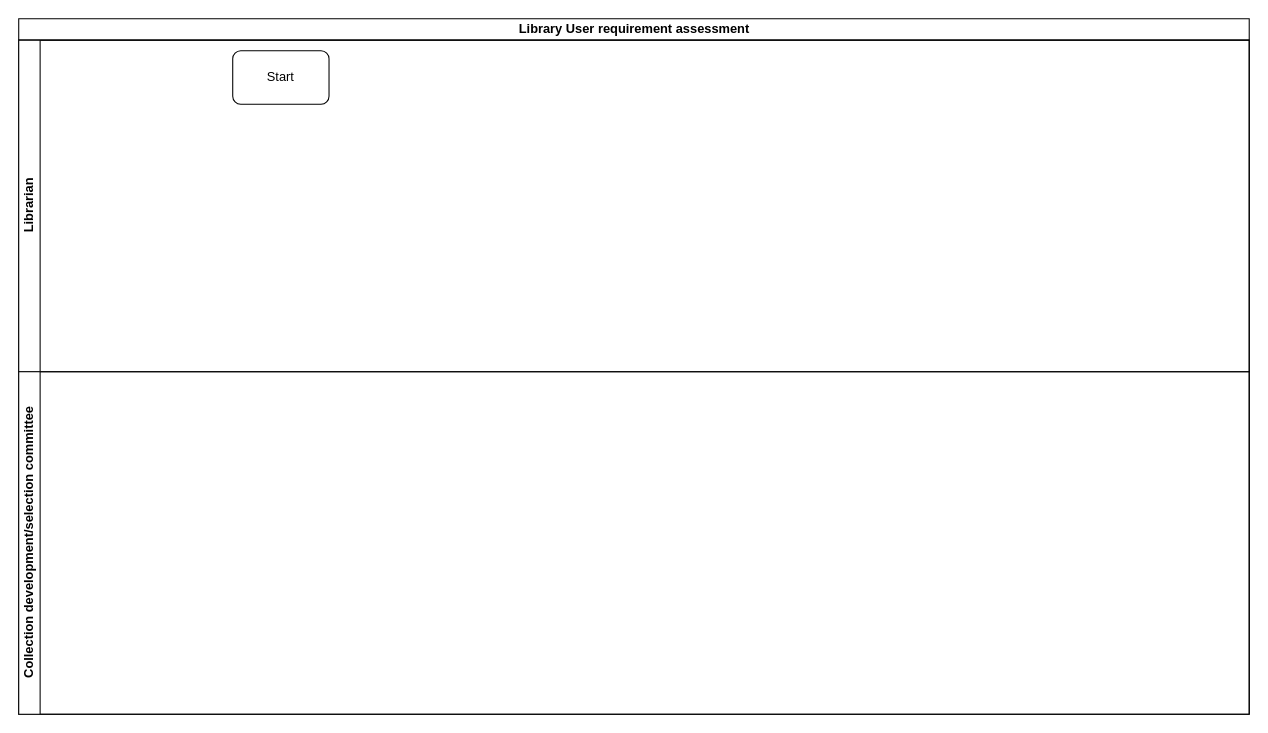
Above: Library - Library User requirement assessment.drawio in kmagua/flowcharts (draw.io), before the change. Source tidied: cells renumbered, new cells numbered last; positions are measured from the earlier drawing's top-left corner, leaving out a move shared by most shapes. Both pictures are drawn from the tidied source at 107%, with x=0, y=0 at pixel (18, 18).
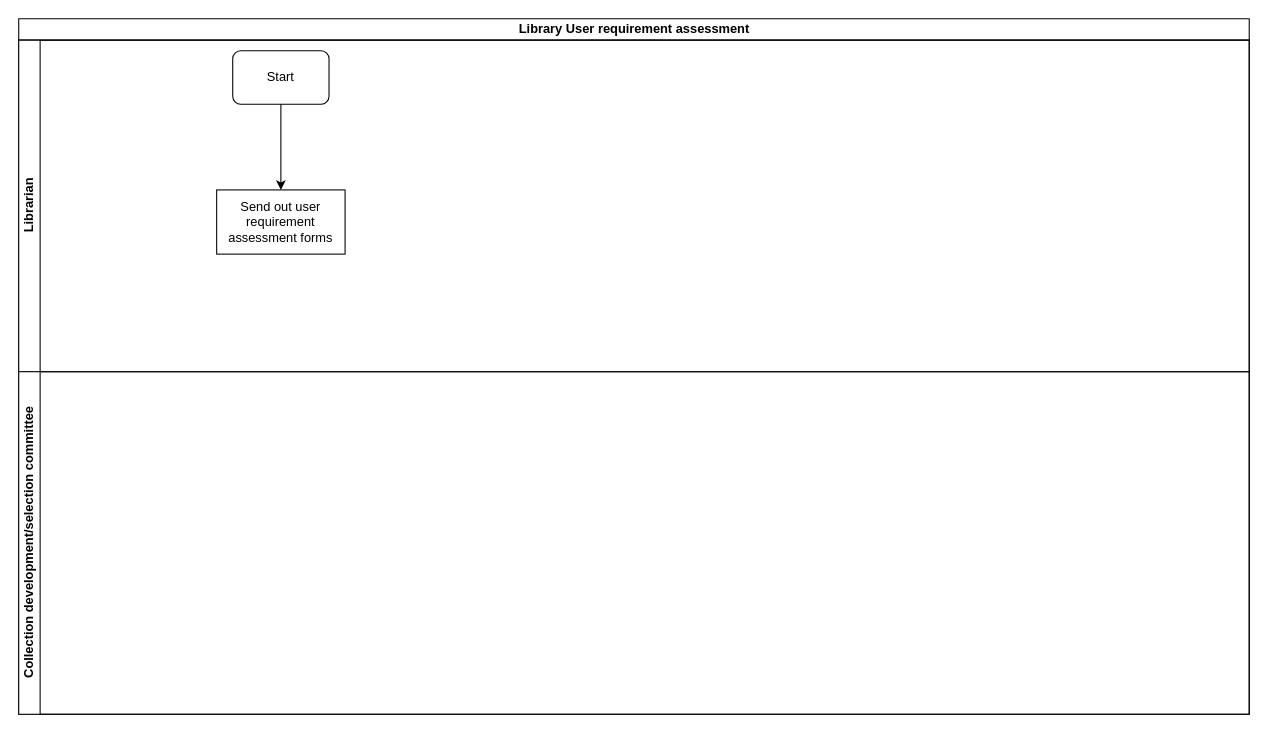
The same diagram, later.

What changed in the source:
```diff
@@
 <mxGraphModel>
   <root>
     <mxCell id="0" />
     <mxCell id="1" parent="0" />
     <mxCell id="2" value="Library User requirement assessment" style="swimlane;html=1;horizontal=1;startSize=20;" parent="1" vertex="1">
       <mxGeometry width="1150" height="650" as="geometry" />
     </mxCell>
     <mxCell id="3" value="Librarian" style="swimlane;html=1;startSize=20;horizontal=0;" parent="2" vertex="1">
       <mxGeometry y="20" width="1150" height="310" as="geometry" />
     </mxCell>
     <mxCell id="4" value="Start" style="rounded=1;whiteSpace=wrap;html=1;" parent="3" vertex="1">
       <mxGeometry x="200" y="10" width="90" height="50" as="geometry" />
     </mxCell>
+    <mxCell id="6" value="Send out user requirement assessment forms &lt;br&gt;" style="rounded=0;whiteSpace=wrap;html=1;" parent="3" vertex="1">
+      <mxGeometry x="185" y="140" width="120" height="60" as="geometry" />
+    </mxCell>
+    <mxCell id="7" style="edgeStyle=orthogonalEdgeStyle;rounded=0;jettySize=auto;html=1;entryX=0.5;entryY=0;entryDx=0;entryDy=0;" parent="3" edge="1" source="4" target="6">
+      <mxGeometry relative="1" as="geometry" />
+    </mxCell>
     <mxCell id="5" value="Collection development/selection committee" style="swimlane;html=1;startSize=20;horizontal=0;" parent="2" vertex="1">
       <mxGeometry y="330" width="1150" height="320" as="geometry" />
     </mxCell>
   </root>
 </mxGraphModel>
```
